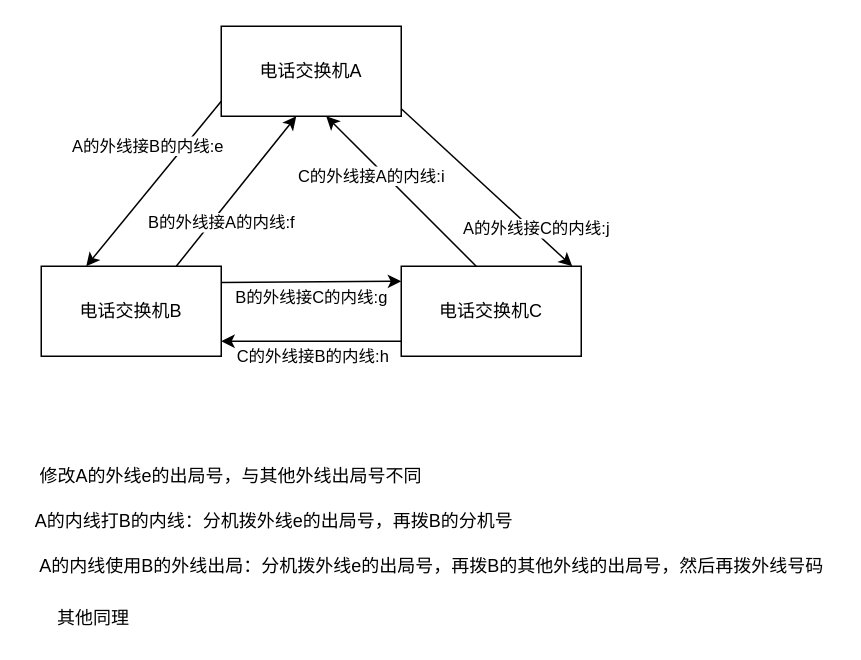
Before: Pictures/未命名绘图.drawio in jiaong/image, a draw.io diagram. Source tidied: cells renumbered, new cells numbered last; positions are measured from the earlier drawing's top-left corner, leaving out a move shared by most shapes. Both pictures are drawn from the tidied source at 150%, with x=0, y=0 at pixel (26, 26).
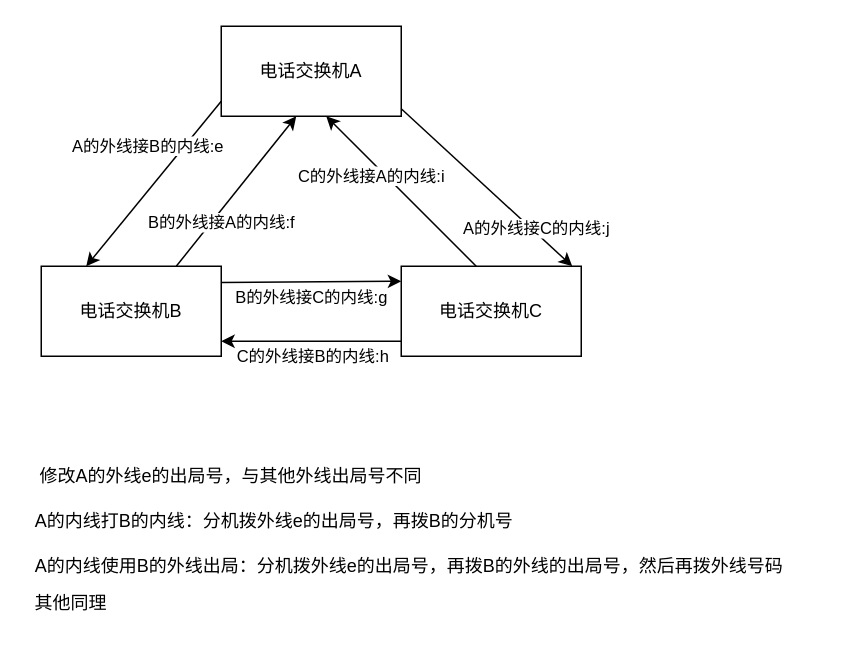
Above is the later version.

Commit message:
Update 未命名绘图.drawio

What changed in the source:
```diff
@@
-    <mxCell id="18" value="A的内线使用B的外线出局：分机拨外线e的出局号，再拨B的其他外线的出局号，然后再拨外线号码" style="text;html=1;align=center;verticalAlign=middle;strokeColor=none;" parent="1" vertex="1">
-      <mxGeometry y="350" width="540" height="20" as="geometry" />
+    <mxCell id="18" value="A的内线使用B的外线出局：分机拨外线e的出局号，再拨B的外线的出局号，然后再拨外线号码" style="text;html=1;align=center;verticalAlign=middle;strokeColor=none;" parent="1" vertex="1">
+      <mxGeometry y="350" width="510" height="20" as="geometry" />
     </mxCell>
     <mxCell id="19" value="其他同理" style="text;html=1;strokeColor=none;fillColor=none;align=center;verticalAlign=middle;whiteSpace=wrap;rounded=0;sketch=0;" parent="1" vertex="1">
-      <mxGeometry y="385" width="90" height="20" as="geometry" />
+      <mxGeometry y="375" width="60" height="20" as="geometry" />
     </mxCell>
```
